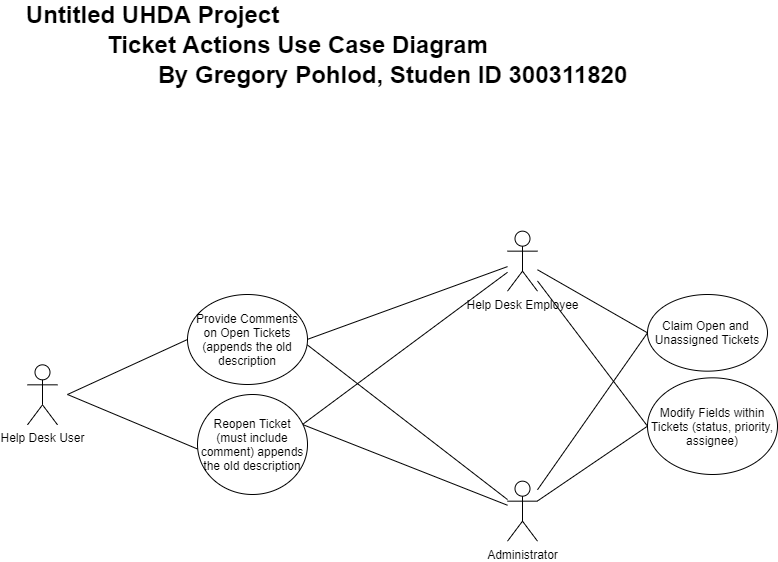
The draw.io diagram ProjectArtifacts/Diagrams/Iteration 2/TicketActions_FEATURE-gpo-20/TicketActions-FeatureDiagrams-Use Case Diagram.png in jake-pauls/Untitled_UHDA_Project, before a commit. Source tidied: cells renumbered, new cells last; positions are measured from the earlier drawing's top-left corner, leaving out a move shared by most shapes.
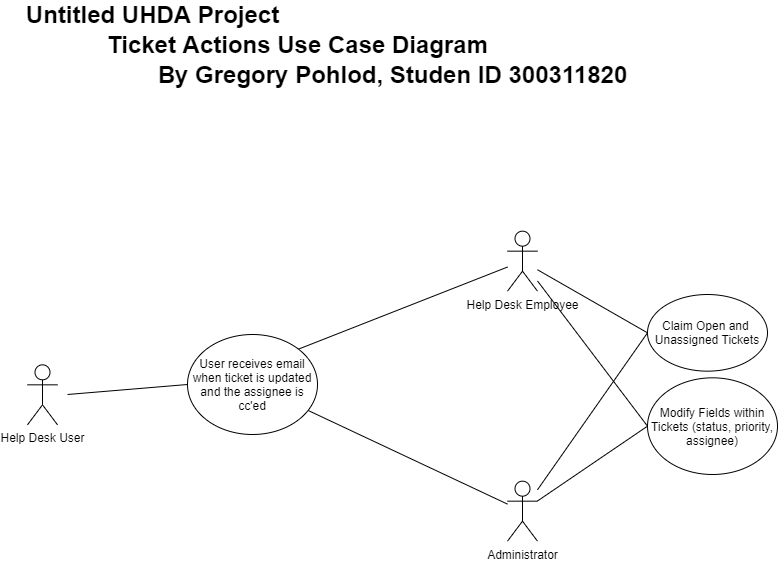
After the change.

Commit message:
HOTFIX: Revised Iteration 2 use case diagrams to accomodate new long form use case structure in wiki

The edit, as a diff of the source:
```diff
@@ -11,26 +11,14 @@
     <mxCell id="4" value="&lt;span style=&quot;font-size: 24px&quot;&gt;&lt;b&gt;Ticket Actions Use Case Diagram&lt;/b&gt;&lt;/span&gt;" style="text;html=1;align=center;verticalAlign=middle;" parent="1" vertex="1">
       <mxGeometry x="80" y="30" width="400" height="20" as="geometry" />
     </mxCell>
-    <mxCell id="5" style="endArrow=none;html=1;entryX=0;entryY=0.5;entryDx=0;entryDy=0;" parent="1" edge="1" target="19">
-      <mxGeometry relative="1" as="geometry">
-        <mxPoint x="50" y="390" as="sourcePoint" />
-      </mxGeometry>
-    </mxCell>
-    <mxCell id="6" style="endArrow=none;html=1;entryX=0;entryY=0.545;entryDx=0;entryDy=0;entryPerimeter=0;" parent="1" edge="1" target="20">
+    <mxCell id="6" style="endArrow=none;html=1;entryX=0;entryY=0.5;entryDx=0;entryDy=0;" parent="1" edge="1" target="20">
       <mxGeometry relative="1" as="geometry">
         <mxPoint x="50" y="390" as="sourcePoint" />
       </mxGeometry>
     </mxCell>
-    <mxCell id="7" style="rounded=0;jettySize=auto;html=1;entryX=1;entryY=0.5;entryDx=0;entryDy=0;endArrow=none;endFill=0;" parent="1" edge="1" source="11">
-      <mxGeometry relative="1" as="geometry">
-        <mxPoint x="285" y="336.7" as="targetPoint" />
-      </mxGeometry>
+    <mxCell id="7" style="rounded=0;jettySize=auto;html=1;entryX=1;entryY=0;entryDx=0;entryDy=0;endArrow=none;endFill=0;" parent="1" edge="1" source="11" target="20">
+      <mxGeometry relative="1" as="geometry" />
     </mxCell>
-    <mxCell id="8" style="edgeStyle=none;rounded=0;jettySize=auto;html=1;entryX=1;entryY=0.5;entryDx=0;entryDy=0;endArrow=none;endFill=0;" parent="1" edge="1" source="11">
-      <mxGeometry relative="1" as="geometry">
-        <mxPoint x="285" y="420" as="targetPoint" />
-      </mxGeometry>
-    </mxCell>
     <mxCell id="9" style="edgeStyle=none;rounded=0;jettySize=auto;html=1;entryX=0;entryY=0.5;entryDx=0;entryDy=0;endArrow=none;endFill=0;" parent="1" edge="1" source="11" target="17">
       <mxGeometry relative="1" as="geometry" />
     </mxCell>
@@ -40,15 +28,8 @@
     <mxCell id="11" value="Help Desk Employee" style="shape=umlActor;html=1;verticalLabelPosition=bottom;verticalAlign=top;align=center;" parent="1" vertex="1">
       <mxGeometry x="490" y="226.7" width="30" height="60" as="geometry" />
     </mxCell>
-    <mxCell id="12" style="edgeStyle=none;rounded=0;jettySize=auto;html=1;entryX=1;entryY=0.5;entryDx=0;entryDy=0;endArrow=none;endFill=0;" parent="1" edge="1" source="16">
-      <mxGeometry relative="1" as="geometry">
-        <mxPoint x="285" y="336.7" as="targetPoint" />
-      </mxGeometry>
-    </mxCell>
-    <mxCell id="13" style="edgeStyle=none;rounded=0;jettySize=auto;html=1;entryX=1;entryY=0.5;entryDx=0;entryDy=0;endArrow=none;endFill=0;" parent="1" edge="1" source="16">
-      <mxGeometry relative="1" as="geometry">
-        <mxPoint x="285" y="420" as="targetPoint" />
-      </mxGeometry>
+    <mxCell id="13" style="edgeStyle=none;rounded=0;jettySize=auto;html=1;endArrow=none;endFill=0;" parent="1" edge="1" source="16" target="20">
+      <mxGeometry relative="1" as="geometry" />
     </mxCell>
     <mxCell id="14" style="edgeStyle=none;rounded=0;jettySize=auto;html=1;entryX=0;entryY=0.5;entryDx=0;entryDy=0;endArrow=none;endFill=0;" parent="1" edge="1" source="16" target="17">
       <mxGeometry relative="1" as="geometry" />
@@ -65,11 +46,8 @@
     <mxCell id="18" value="&lt;p style=&quot;line-height: 120%&quot;&gt;Modify Fields within Tickets (status, priority, assignee)&lt;/p&gt;" style="ellipse;whiteSpace=wrap;html=1;align=center;" parent="1" vertex="1">
       <mxGeometry x="630" y="373.3" width="130" height="96.7" as="geometry" />
     </mxCell>
-    <mxCell id="19" value="Provide Comments on Open Tickets&lt;br&gt;(appends the old description" style="ellipse;whiteSpace=wrap;html=1;" parent="1" vertex="1">
-      <mxGeometry x="170" y="290" width="120" height="90" as="geometry" />
-    </mxCell>
-    <mxCell id="20" value="Reopen Ticket (must include comment) appends the old description" style="ellipse;whiteSpace=wrap;html=1;" parent="1" vertex="1">
-      <mxGeometry x="180" y="390" width="110" height="100" as="geometry" />
+    <mxCell id="20" value="User receives email when ticket is updated and the assignee is cc'ed" style="ellipse;whiteSpace=wrap;html=1;" parent="1" vertex="1">
+      <mxGeometry x="170" y="330" width="130" height="100" as="geometry" />
     </mxCell>
     <mxCell id="21" value="&lt;span style=&quot;font-size: 24px&quot;&gt;&lt;b&gt;By Gregory Pohlod, Studen ID 300311820&lt;/b&gt;&lt;/span&gt;" style="text;html=1;align=center;verticalAlign=middle;" parent="1" vertex="1">
       <mxGeometry x="130" y="60" width="490" height="20" as="geometry" />
```
